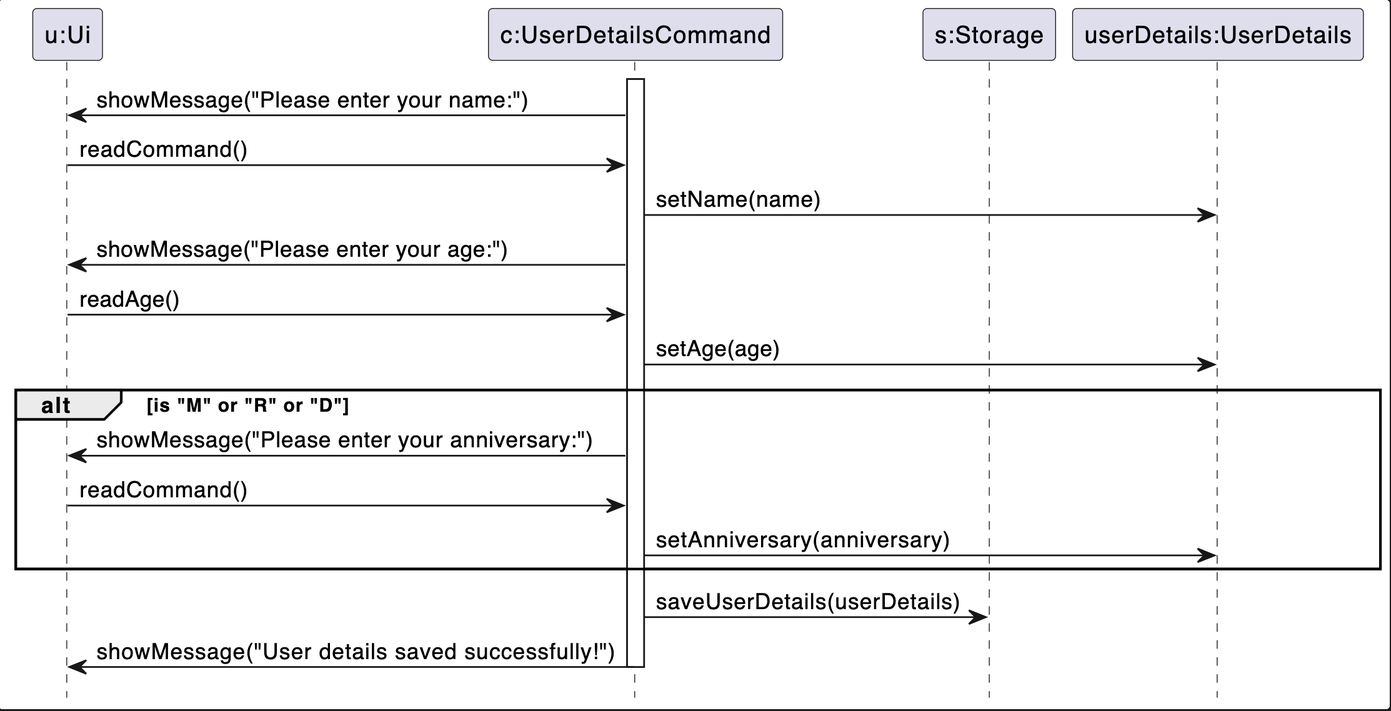
This is docs/images/UserDetailsCommandSequenceDiagram.png from RyanTDL/tp, a PlantUML export, as it was before one commit. Its source is kept beside it as docs/diagrams/UserDetailsCommandSequenceDiagram.puml. Source of this version:
```plantuml
@startuml
hide footbox
participant "u:Ui" as Ui
participant "c:UserDetailsCommand" as UserDetailsCommand
participant "s:Storage" as Storage
participant "userDetails:UserDetails" as UserDetails

activate UserDetailsCommand

UserDetailsCommand -> Ui: showMessage("Please enter your name:")
UserDetailsCommand <- Ui: readCommand()
UserDetailsCommand -> UserDetails: setName(name)

UserDetailsCommand -> Ui: showMessage("Please enter your age:")
UserDetailsCommand <- Ui: readAge()
UserDetailsCommand -> UserDetails: setAge(age)

alt is "M" or "R" or "D"
    UserDetailsCommand -> Ui: showMessage("Please enter your anniversary:")
    UserDetailsCommand <- Ui: readCommand()
    UserDetailsCommand -> UserDetails: setAnniversary(anniversary)
end

UserDetailsCommand -> Storage: saveUserDetails(userDetails)
UserDetailsCommand -> Ui: showMessage("User details saved successfully!")

deactivate UserDetailsCommand
@enduml
```
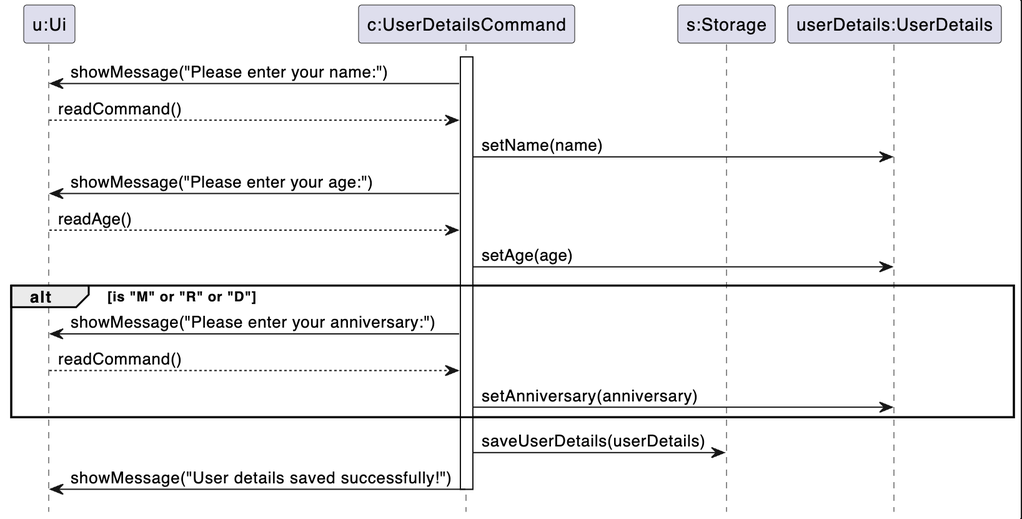
Above is the later version.

Commit message:
Edit smart sequence diagram for user details collection

What changed in the source:
```diff
@@ -8,16 +8,16 @@
 activate UserDetailsCommand
 
 UserDetailsCommand -> Ui: showMessage("Please enter your name:")
-UserDetailsCommand <- Ui: readCommand()
+UserDetailsCommand <-- Ui: readCommand()
 UserDetailsCommand -> UserDetails: setName(name)
 
 UserDetailsCommand -> Ui: showMessage("Please enter your age:")
-UserDetailsCommand <- Ui: readAge()
+UserDetailsCommand <-- Ui: readAge()
 UserDetailsCommand -> UserDetails: setAge(age)
 
 alt is "M" or "R" or "D"
     UserDetailsCommand -> Ui: showMessage("Please enter your anniversary:")
-    UserDetailsCommand <- Ui: readCommand()
+    UserDetailsCommand <-- Ui: readCommand()
     UserDetailsCommand -> UserDetails: setAnniversary(anniversary)
 end
 
```
